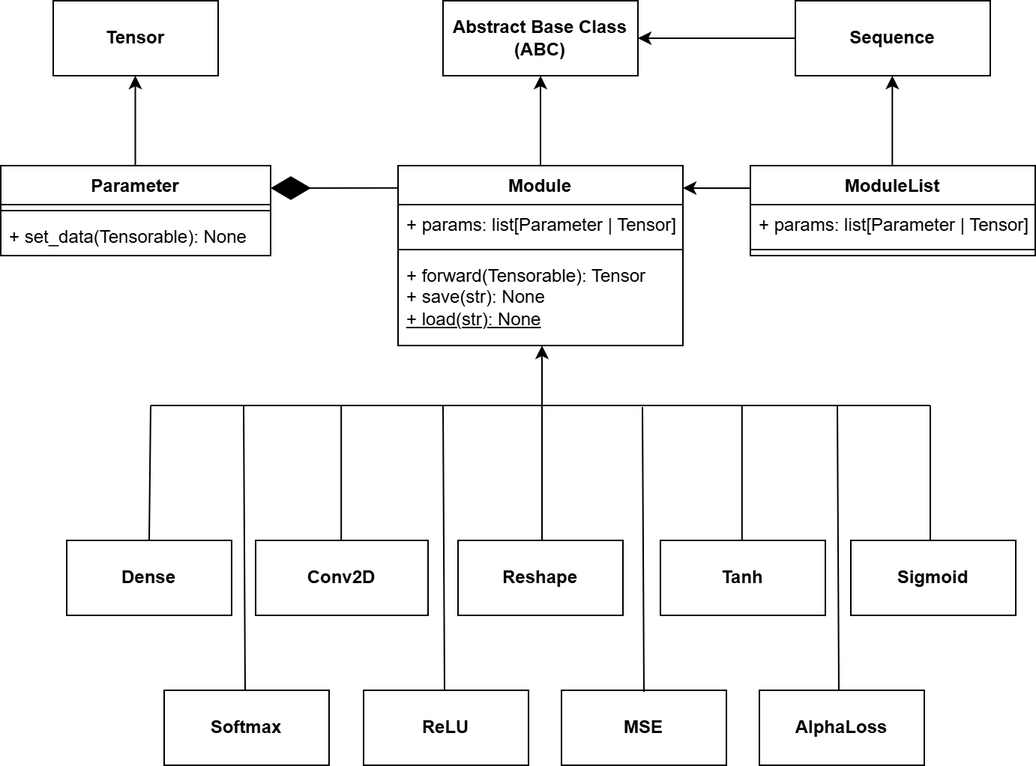
edgar-maddocks/NEA keeps this draw.io diagram as LaTex/images/NNLib-Design-UML.drawio.png. Above is the earlier version. Source tidied: cells renumbered, new cells last; positions are measured from the earlier drawing's top-left corner, leaving out a move shared by most shapes.
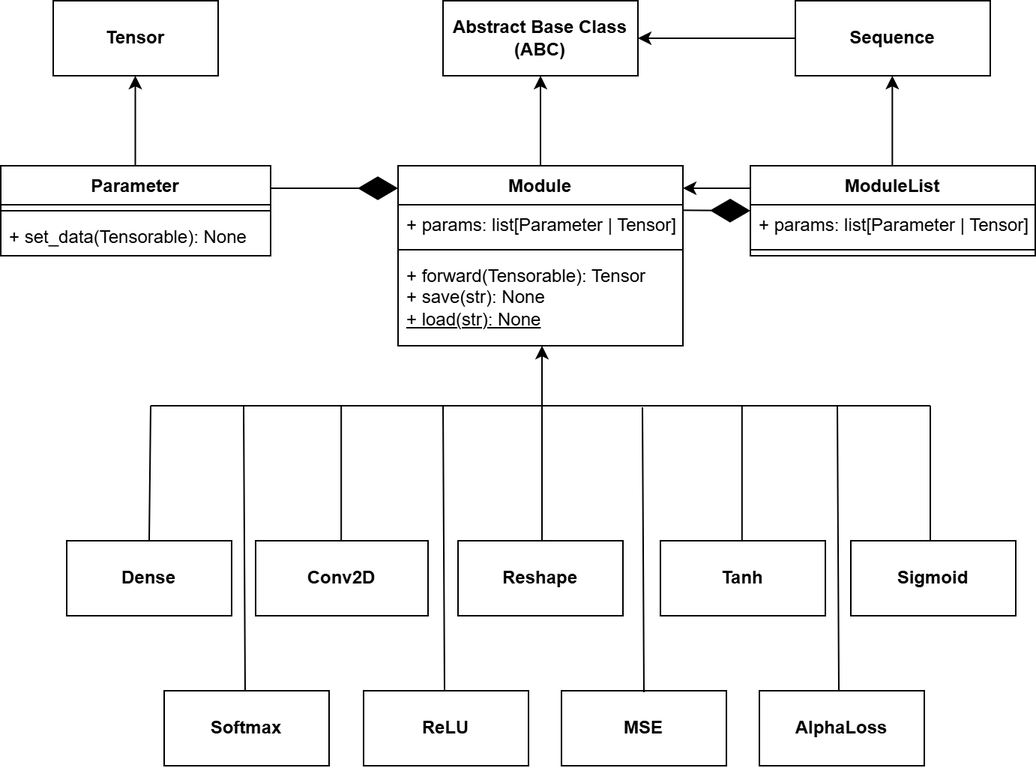
After the commit.

Commit message:
Neural Network lib design

The edit, as a diff of the source:
```diff
@@ -29,7 +29,7 @@
     <mxCell id="10" value="Abstract Base Class&lt;div&gt;(ABC)&lt;/div&gt;" style="html=1;whiteSpace=wrap;fontStyle=1;" parent="1" vertex="1">
       <mxGeometry x="295" width="130" height="50" as="geometry" />
     </mxCell>
-    <mxCell id="11" style="endArrow=diamondThin;endFill=1;endSize=24;html=1;rounded=0;entryX=1;entryY=0.25;entryDx=0;entryDy=0;exitX=-0.002;exitY=0.124;exitDx=0;exitDy=0;exitPerimeter=0;" parent="1" edge="1" source="6" target="2">
+    <mxCell id="11" style="endArrow=diamondThin;endFill=1;endSize=24;html=1;rounded=0;exitX=1;exitY=0.25;exitDx=0;exitDy=0;entryX=0;entryY=0.125;entryDx=0;entryDy=0;entryPerimeter=0;" parent="1" edge="1" source="2" target="6">
       <mxGeometry relative="1" as="geometry" />
     </mxCell>
     <mxCell id="12" value="Sequence" style="html=1;whiteSpace=wrap;fontStyle=1;" parent="1" vertex="1">
@@ -159,5 +159,10 @@
         <mxPoint x="89.8" y="50" as="targetPoint" />
       </mxGeometry>
     </mxCell>
+    <mxCell id="41" style="endArrow=diamondThin;endFill=1;endSize=24;html=1;rounded=0;exitX=1;exitY=0.25;exitDx=0;exitDy=0;entryX=0;entryY=0.5;entryDx=0;entryDy=0;" parent="1" edge="1" target="13">
+      <mxGeometry relative="1" as="geometry">
+        <mxPoint x="455" y="139.7" as="sourcePoint" />
+      </mxGeometry>
+    </mxCell>
   </root>
 </mxGraphModel>
```
